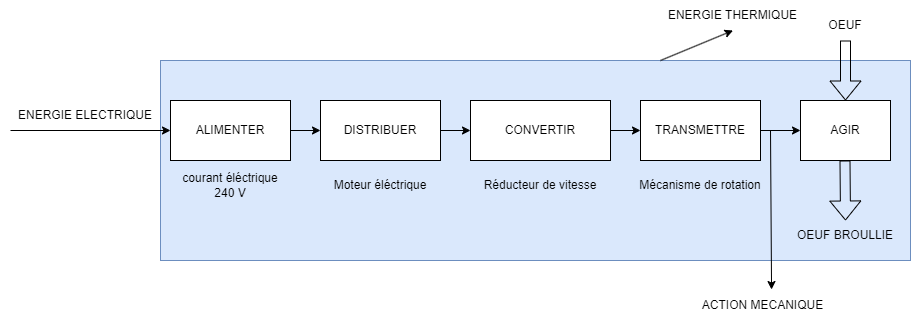
Above: Diagramme sans nom.drawio.png in admsnd/Classeur_SI- (draw.io), before the change. Source tidied: cells renumbered, new cells last; positions are measured from the earlier drawing's top-left corner, leaving out a move shared by most shapes.
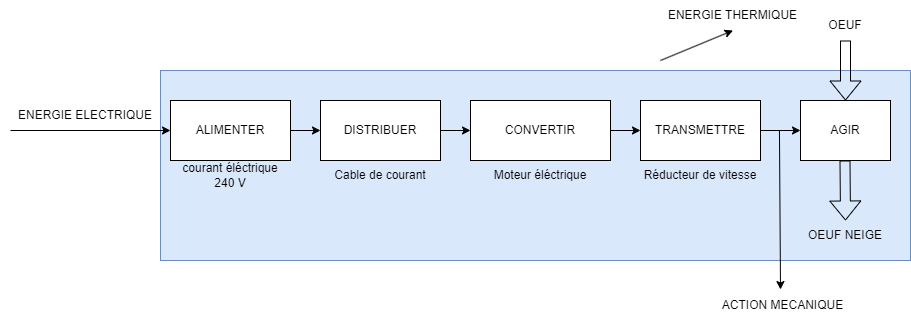
After the commit.

Commit message:
Chaine de puissance batteur éléctrique

The edit, as a diff of the source:
```diff
@@ -3,7 +3,7 @@
     <mxCell id="0" />
     <mxCell id="1" parent="0" />
     <mxCell id="2" style="rounded=0;whiteSpace=wrap;html=1;fillColor=#dae8fc;strokeColor=#6c8ebf;" parent="1" vertex="1">
-      <mxGeometry x="160" y="60" width="750" height="200" as="geometry" />
+      <mxGeometry x="160" y="70" width="750" height="190" as="geometry" />
     </mxCell>
     <mxCell id="3" style="edgeStyle=orthogonalEdgeStyle;rounded=0;jettySize=auto;html=1;exitX=1;exitY=0.5;exitDx=0;exitDy=0;entryX=0;entryY=0.5;entryDx=0;entryDy=0;" parent="1" edge="1" source="4" target="6">
       <mxGeometry relative="1" as="geometry" />
@@ -33,17 +33,14 @@
       <mxGeometry x="800" y="100" width="90" height="60" as="geometry" />
     </mxCell>
     <mxCell id="12" value="courant éléctrique&lt;div&gt;240 V&lt;/div&gt;" style="text;html=1;align=center;verticalAlign=middle;whiteSpace=wrap;rounded=0;" parent="1" vertex="1">
-      <mxGeometry x="165" y="170" width="130" height="30" as="geometry" />
+      <mxGeometry x="165" y="160" width="130" height="30" as="geometry" />
     </mxCell>
     <mxCell id="13" value="Moteur éléctrique" style="text;html=1;align=center;verticalAlign=middle;whiteSpace=wrap;rounded=0;" parent="1" vertex="1">
-      <mxGeometry x="315" y="170" width="130" height="30" as="geometry" />
+      <mxGeometry x="475" y="160" width="130" height="30" as="geometry" />
     </mxCell>
     <mxCell id="14" value="Réducteur de vitesse" style="text;html=1;align=center;verticalAlign=middle;whiteSpace=wrap;rounded=0;" parent="1" vertex="1">
-      <mxGeometry x="475" y="170" width="130" height="30" as="geometry" />
+      <mxGeometry x="635" y="160" width="130" height="30" as="geometry" />
     </mxCell>
-    <mxCell id="15" value="Mécanisme de rotation" style="text;html=1;align=center;verticalAlign=middle;whiteSpace=wrap;rounded=0;" parent="1" vertex="1">
-      <mxGeometry x="635" y="170" width="130" height="30" as="geometry" />
-    </mxCell>
     <mxCell id="16" style="shape=flexArrow;endArrow=classic;html=1;rounded=0;entryX=0.5;entryY=0;entryDx=0;entryDy=0;" parent="1" edge="1" target="11">
       <mxGeometry relative="1" as="geometry">
         <mxPoint x="845" y="40" as="sourcePoint" />
@@ -52,7 +49,7 @@
     <mxCell id="17" value="OEUF" style="text;html=1;align=center;verticalAlign=middle;whiteSpace=wrap;rounded=0;" parent="1" vertex="1">
       <mxGeometry x="815" y="10" width="60" height="30" as="geometry" />
     </mxCell>
-    <mxCell id="18" value="OEUF BROULLIE" style="text;html=1;align=center;verticalAlign=middle;whiteSpace=wrap;rounded=0;" parent="1" vertex="1">
+    <mxCell id="18" value="OEUF NEIGE" style="text;html=1;align=center;verticalAlign=middle;whiteSpace=wrap;rounded=0;" parent="1" vertex="1">
       <mxGeometry x="780" y="220" width="130" height="30" as="geometry" />
     </mxCell>
     <mxCell id="19" style="shape=flexArrow;endArrow=classic;html=1;rounded=0;" parent="1" edge="1">
@@ -79,12 +76,16 @@
       <mxGeometry x="660" width="145" height="30" as="geometry" />
     </mxCell>
     <mxCell id="24" value="ACTION MECANIQUE" style="text;html=1;align=center;verticalAlign=middle;whiteSpace=wrap;rounded=0;" parent="1" vertex="1">
-      <mxGeometry x="690" y="290" width="145" height="30" as="geometry" />
+      <mxGeometry x="710" y="290" width="145" height="30" as="geometry" />
     </mxCell>
-    <mxCell id="25" style="endArrow=classic;html=1;rounded=0;entryX=0.559;entryY=-0.033;entryDx=0;entryDy=0;entryPerimeter=0;" parent="1" edge="1" target="24">
+    <mxCell id="25" style="endArrow=classic;html=1;rounded=0;entryX=0.559;entryY=-0.033;entryDx=0;entryDy=0;entryPerimeter=0;" parent="1" edge="1">
       <mxGeometry relative="1" as="geometry">
-        <mxPoint x="770" y="130" as="sourcePoint" />
+        <mxPoint x="779" y="130" as="sourcePoint" />
+        <mxPoint x="780" y="289" as="targetPoint" />
       </mxGeometry>
     </mxCell>
+    <mxCell id="26" value="Cable de courant" style="text;html=1;align=center;verticalAlign=middle;whiteSpace=wrap;rounded=0;" parent="1" vertex="1">
+      <mxGeometry x="315" y="160" width="130" height="30" as="geometry" />
+    </mxCell>
   </root>
 </mxGraphModel>
```
